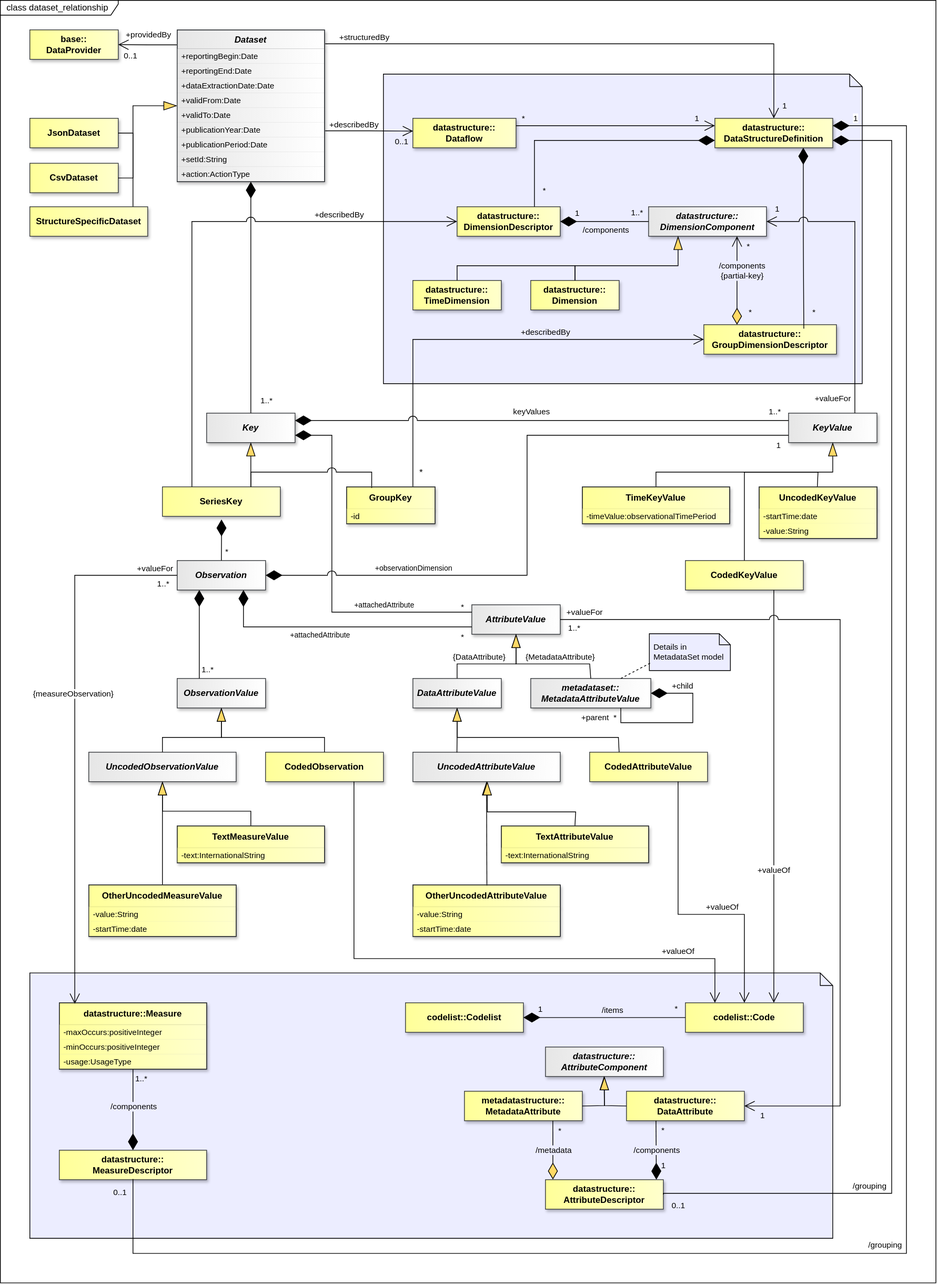
The draw.io diagram docs/information_model/media/sdmx_dataset.svg in sdmx-twg/sdmx-im, before a commit. Source tidied: cells renumbered, new cells last; positions are measured from the earlier drawing's top-left corner, leaving out a move shared by most shapes.
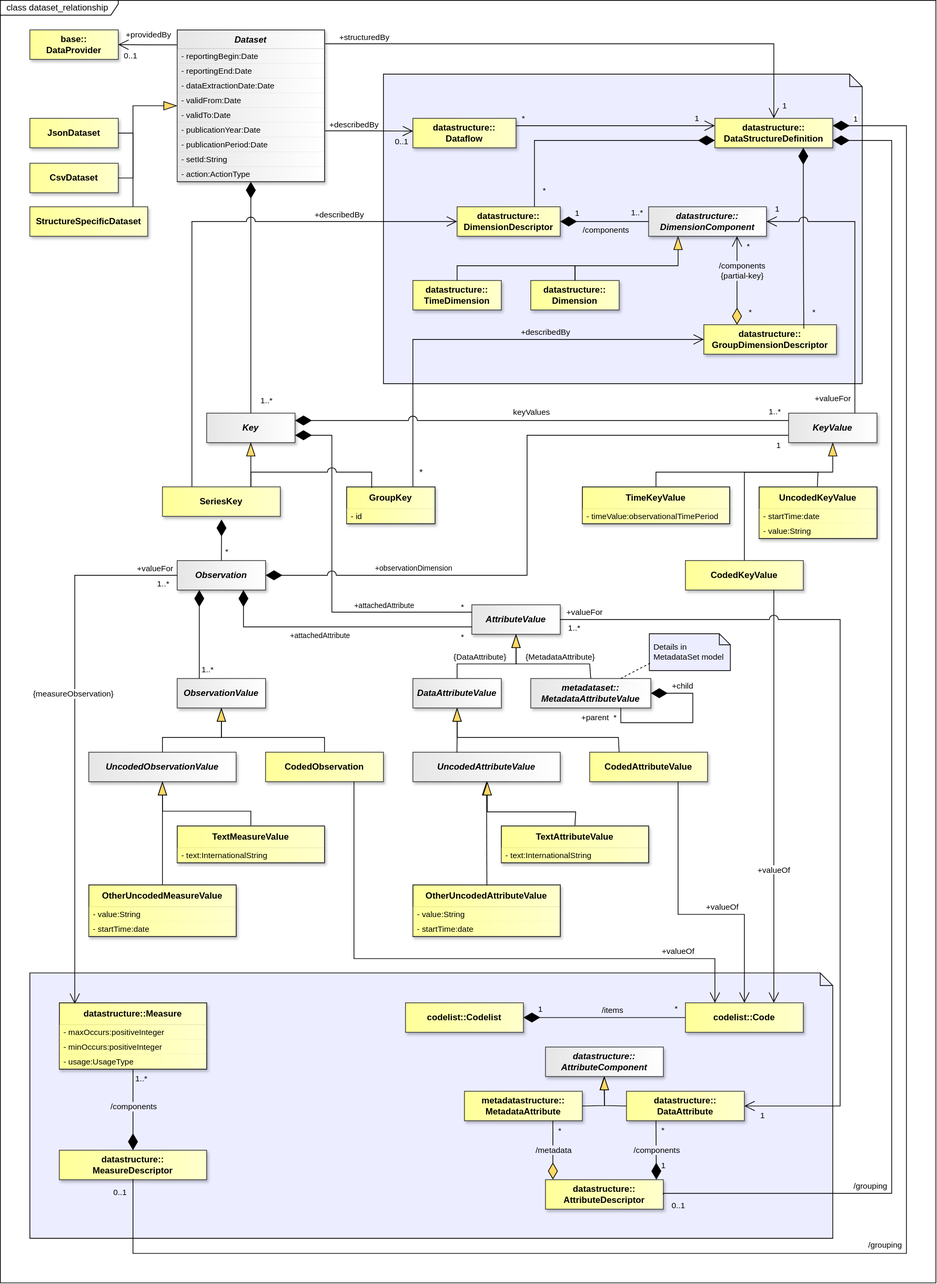
After the commit.

What changed in the source:
```diff
@@ -19,27 +19,27 @@
     </mxCell>
-    <mxCell id="7" value="+reportingBegin:Date" style="text;strokeColor=none;fillColor=light-dark(#E6E6E6,#E6E6E6);align=left;verticalAlign=middle;spacingLeft=4;spacingRight=4;overflow=hidden;whiteSpace=wrap;html=1;fontFamily=Helvetica;fontSize=11;fontColor=light-dark(#000000,#000000);fontStyle=0;gradientColor=light-dark(#FFFFFF,#FFFFFF);gradientDirection=east;shadow=1;" parent="6" vertex="1">
+    <mxCell id="7" value="- reportingBegin:Date" style="text;strokeColor=none;fillColor=light-dark(#E6E6E6,#E6E6E6);align=left;verticalAlign=middle;spacingLeft=4;spacingRight=4;overflow=hidden;whiteSpace=wrap;html=1;fontFamily=Helvetica;fontSize=11;fontColor=light-dark(#000000,#000000);fontStyle=0;gradientColor=light-dark(#FFFFFF,#FFFFFF);gradientDirection=east;shadow=1;" parent="6" vertex="1">
       <mxGeometry y="26" width="200" height="20" as="geometry" />
     </mxCell>
-    <mxCell id="8" value="+reportingEnd:Date" style="text;strokeColor=none;fillColor=light-dark(#E6E6E6,#E6E6E6);align=left;verticalAlign=middle;spacingLeft=4;spacingRight=4;overflow=hidden;whiteSpace=wrap;html=1;fontFamily=Helvetica;fontSize=11;fontColor=light-dark(#000000,#000000);fontStyle=0;gradientColor=light-dark(#FFFFFF,#FFFFFF);gradientDirection=east;shadow=1;" parent="6" vertex="1">
+    <mxCell id="8" value="- reportingEnd:Date" style="text;strokeColor=none;fillColor=light-dark(#E6E6E6,#E6E6E6);align=left;verticalAlign=middle;spacingLeft=4;spacingRight=4;overflow=hidden;whiteSpace=wrap;html=1;fontFamily=Helvetica;fontSize=11;fontColor=light-dark(#000000,#000000);fontStyle=0;gradientColor=light-dark(#FFFFFF,#FFFFFF);gradientDirection=east;shadow=1;" parent="6" vertex="1">
       <mxGeometry y="46" width="200" height="20" as="geometry" />
     </mxCell>
-    <mxCell id="9" value="+dataExtractionDate:Date" style="text;strokeColor=none;fillColor=light-dark(#E6E6E6,#E6E6E6);align=left;verticalAlign=middle;spacingLeft=4;spacingRight=4;overflow=hidden;whiteSpace=wrap;html=1;fontFamily=Helvetica;fontSize=11;fontColor=light-dark(#000000,#000000);fontStyle=0;gradientColor=light-dark(#FFFFFF,#FFFFFF);gradientDirection=east;shadow=1;" parent="6" vertex="1">
+    <mxCell id="9" value="- dataExtractionDate:Date" style="text;strokeColor=none;fillColor=light-dark(#E6E6E6,#E6E6E6);align=left;verticalAlign=middle;spacingLeft=4;spacingRight=4;overflow=hidden;whiteSpace=wrap;html=1;fontFamily=Helvetica;fontSize=11;fontColor=light-dark(#000000,#000000);fontStyle=0;gradientColor=light-dark(#FFFFFF,#FFFFFF);gradientDirection=east;shadow=1;" parent="6" vertex="1">
       <mxGeometry y="66" width="200" height="20" as="geometry" />
     </mxCell>
-    <mxCell id="10" value="+validFrom:Date" style="text;strokeColor=none;fillColor=light-dark(#E6E6E6,#E6E6E6);align=left;verticalAlign=middle;spacingLeft=4;spacingRight=4;overflow=hidden;whiteSpace=wrap;html=1;fontFamily=Helvetica;fontSize=11;fontColor=light-dark(#000000,#000000);fontStyle=0;gradientColor=light-dark(#FFFFFF,#FFFFFF);gradientDirection=east;shadow=1;" parent="6" vertex="1">
+    <mxCell id="10" value="- validFrom:Date" style="text;strokeColor=none;fillColor=light-dark(#E6E6E6,#E6E6E6);align=left;verticalAlign=middle;spacingLeft=4;spacingRight=4;overflow=hidden;whiteSpace=wrap;html=1;fontFamily=Helvetica;fontSize=11;fontColor=light-dark(#000000,#000000);fontStyle=0;gradientColor=light-dark(#FFFFFF,#FFFFFF);gradientDirection=east;shadow=1;" parent="6" vertex="1">
       <mxGeometry y="86" width="200" height="20" as="geometry" />
     </mxCell>
-    <mxCell id="11" value="+validTo:Date" style="text;strokeColor=none;fillColor=light-dark(#E6E6E6,#E6E6E6);align=left;verticalAlign=middle;spacingLeft=4;spacingRight=4;overflow=hidden;whiteSpace=wrap;html=1;fontFamily=Helvetica;fontSize=11;fontColor=light-dark(#000000,#000000);fontStyle=0;gradientColor=light-dark(#FFFFFF,#FFFFFF);gradientDirection=east;shadow=1;" parent="6" vertex="1">
+    <mxCell id="11" value="- validTo:Date" style="text;strokeColor=none;fillColor=light-dark(#E6E6E6,#E6E6E6);align=left;verticalAlign=middle;spacingLeft=4;spacingRight=4;overflow=hidden;whiteSpace=wrap;html=1;fontFamily=Helvetica;fontSize=11;fontColor=light-dark(#000000,#000000);fontStyle=0;gradientColor=light-dark(#FFFFFF,#FFFFFF);gradientDirection=east;shadow=1;" parent="6" vertex="1">
       <mxGeometry y="106" width="200" height="20" as="geometry" />
     </mxCell>
-    <mxCell id="12" value="+publicationYear:Date" style="text;strokeColor=none;fillColor=light-dark(#E6E6E6,#E6E6E6);align=left;verticalAlign=middle;spacingLeft=4;spacingRight=4;overflow=hidden;whiteSpace=wrap;html=1;fontFamily=Helvetica;fontSize=11;fontColor=light-dark(#000000,#000000);fontStyle=0;gradientColor=light-dark(#FFFFFF,#FFFFFF);gradientDirection=east;shadow=1;" parent="6" vertex="1">
+    <mxCell id="12" value="- publicationYear:Date" style="text;strokeColor=none;fillColor=light-dark(#E6E6E6,#E6E6E6);align=left;verticalAlign=middle;spacingLeft=4;spacingRight=4;overflow=hidden;whiteSpace=wrap;html=1;fontFamily=Helvetica;fontSize=11;fontColor=light-dark(#000000,#000000);fontStyle=0;gradientColor=light-dark(#FFFFFF,#FFFFFF);gradientDirection=east;shadow=1;" parent="6" vertex="1">
       <mxGeometry y="126" width="200" height="20" as="geometry" />
     </mxCell>
-    <mxCell id="13" value="+publicationPeriod:Date" style="text;strokeColor=none;fillColor=light-dark(#E6E6E6,#E6E6E6);align=left;verticalAlign=middle;spacingLeft=4;spacingRight=4;overflow=hidden;whiteSpace=wrap;html=1;fontFamily=Helvetica;fontSize=11;fontColor=light-dark(#000000,#000000);fontStyle=0;gradientColor=light-dark(#FFFFFF,#FFFFFF);gradientDirection=east;shadow=1;" parent="6" vertex="1">
+    <mxCell id="13" value="- publicationPeriod:Date" style="text;strokeColor=none;fillColor=light-dark(#E6E6E6,#E6E6E6);align=left;verticalAlign=middle;spacingLeft=4;spacingRight=4;overflow=hidden;whiteSpace=wrap;html=1;fontFamily=Helvetica;fontSize=11;fontColor=light-dark(#000000,#000000);fontStyle=0;gradientColor=light-dark(#FFFFFF,#FFFFFF);gradientDirection=east;shadow=1;" parent="6" vertex="1">
       <mxGeometry y="146" width="200" height="20" as="geometry" />
     </mxCell>
-    <mxCell id="14" value="+setId:String" style="text;strokeColor=none;fillColor=light-dark(#E6E6E6,#E6E6E6);align=left;verticalAlign=middle;spacingLeft=4;spacingRight=4;overflow=hidden;whiteSpace=wrap;html=1;fontFamily=Helvetica;fontSize=11;fontColor=light-dark(#000000,#000000);fontStyle=0;gradientColor=light-dark(#FFFFFF,#FFFFFF);gradientDirection=east;shadow=1;" parent="6" vertex="1">
+    <mxCell id="14" value="- setId:String" style="text;strokeColor=none;fillColor=light-dark(#E6E6E6,#E6E6E6);align=left;verticalAlign=middle;spacingLeft=4;spacingRight=4;overflow=hidden;whiteSpace=wrap;html=1;fontFamily=Helvetica;fontSize=11;fontColor=light-dark(#000000,#000000);fontStyle=0;gradientColor=light-dark(#FFFFFF,#FFFFFF);gradientDirection=east;shadow=1;" parent="6" vertex="1">
       <mxGeometry y="166" width="200" height="20" as="geometry" />
     </mxCell>
-    <mxCell id="15" value="+action:ActionType" style="text;strokeColor=none;fillColor=light-dark(#E6E6E6,#E6E6E6);align=left;verticalAlign=middle;spacingLeft=4;spacingRight=4;overflow=hidden;whiteSpace=wrap;html=1;fontFamily=Helvetica;fontSize=11;fontColor=light-dark(#000000,#000000);fontStyle=0;gradientColor=light-dark(#FFFFFF,#FFFFFF);gradientDirection=east;shadow=1;" parent="6" vertex="1">
+    <mxCell id="15" value="- action:ActionType" style="text;strokeColor=none;fillColor=light-dark(#E6E6E6,#E6E6E6);align=left;verticalAlign=middle;spacingLeft=4;spacingRight=4;overflow=hidden;whiteSpace=wrap;html=1;fontFamily=Helvetica;fontSize=11;fontColor=light-dark(#000000,#000000);fontStyle=0;gradientColor=light-dark(#FFFFFF,#FFFFFF);gradientDirection=east;shadow=1;" parent="6" vertex="1">
       <mxGeometry y="186" width="200" height="20" as="geometry" />
@@ -234,3 +234,3 @@
     </mxCell>
-    <mxCell id="59" value="-id" style="text;strokeColor=none;fillColor=light-dark(#FFFF99,#FFFF99);align=left;verticalAlign=middle;spacingLeft=4;spacingRight=4;overflow=hidden;whiteSpace=wrap;html=1;fontFamily=Helvetica;fontSize=11;fontColor=light-dark(#000000,#000000);gradientColor=light-dark(#FFFFCC,#FFFFCC);gradientDirection=east;shadow=1;" parent="58" vertex="1">
+    <mxCell id="59" value="- id" style="text;strokeColor=none;fillColor=light-dark(#FFFF99,#FFFF99);align=left;verticalAlign=middle;spacingLeft=4;spacingRight=4;overflow=hidden;whiteSpace=wrap;html=1;fontFamily=Helvetica;fontSize=11;fontColor=light-dark(#000000,#000000);gradientColor=light-dark(#FFFFCC,#FFFFCC);gradientDirection=east;shadow=1;" parent="58" vertex="1">
       <mxGeometry y="30" width="120" height="20" as="geometry" />
@@ -246,3 +246,3 @@
     </mxCell>
-    <mxCell id="63" value="-timeValue:observationalTimePeriod" style="text;strokeColor=none;fillColor=light-dark(#FFFF99,#FFFF99);align=left;verticalAlign=middle;spacingLeft=4;spacingRight=4;overflow=hidden;whiteSpace=wrap;html=1;fontFamily=Helvetica;fontSize=11;fontColor=light-dark(#000000,#000000);gradientColor=light-dark(#FFFFCC,#FFFFCC);gradientDirection=east;shadow=1;" parent="62" vertex="1">
+    <mxCell id="63" value="- timeValue:observationalTimePeriod" style="text;strokeColor=none;fillColor=light-dark(#FFFF99,#FFFF99);align=left;verticalAlign=middle;spacingLeft=4;spacingRight=4;overflow=hidden;whiteSpace=wrap;html=1;fontFamily=Helvetica;fontSize=11;fontColor=light-dark(#000000,#000000);gradientColor=light-dark(#FFFFCC,#FFFFCC);gradientDirection=east;shadow=1;" parent="62" vertex="1">
       <mxGeometry y="30" width="200" height="20" as="geometry" />
@@ -252,6 +252,6 @@
     </mxCell>
-    <mxCell id="65" value="-startTime:date" style="text;strokeColor=none;fillColor=light-dark(#FFFF99,#FFFF99);align=left;verticalAlign=middle;spacingLeft=4;spacingRight=4;overflow=hidden;whiteSpace=wrap;html=1;fontFamily=Helvetica;fontSize=11;fontColor=light-dark(#000000,#000000);gradientColor=light-dark(#FFFFCC,#FFFFCC);gradientDirection=east;shadow=1;" parent="64" vertex="1">
+    <mxCell id="65" value="- startTime:date" style="text;strokeColor=none;fillColor=light-dark(#FFFF99,#FFFF99);align=left;verticalAlign=middle;spacingLeft=4;spacingRight=4;overflow=hidden;whiteSpace=wrap;html=1;fontFamily=Helvetica;fontSize=11;fontColor=light-dark(#000000,#000000);gradientColor=light-dark(#FFFFCC,#FFFFCC);gradientDirection=east;shadow=1;" parent="64" vertex="1">
       <mxGeometry y="30" width="160" height="20" as="geometry" />
     </mxCell>
-    <mxCell id="66" value="-value:String" style="text;strokeColor=none;fillColor=light-dark(#FFFF99,#FFFF99);align=left;verticalAlign=middle;spacingLeft=4;spacingRight=4;overflow=hidden;whiteSpace=wrap;html=1;fontFamily=Helvetica;fontSize=11;fontColor=light-dark(#000000,#000000);gradientColor=light-dark(#FFFFCC,#FFFFCC);gradientDirection=east;shadow=1;" parent="64" vertex="1">
+    <mxCell id="66" value="- value:String" style="text;strokeColor=none;fillColor=light-dark(#FFFF99,#FFFF99);align=left;verticalAlign=middle;spacingLeft=4;spacingRight=4;overflow=hidden;whiteSpace=wrap;html=1;fontFamily=Helvetica;fontSize=11;fontColor=light-dark(#000000,#000000);gradientColor=light-dark(#FFFFCC,#FFFFCC);gradientDirection=east;shadow=1;" parent="64" vertex="1">
       <mxGeometry y="50" width="160" height="20" as="geometry" />
@@ -495,3 +495,3 @@
     </mxCell>
-    <mxCell id="113" value="-text:InternationalString" style="text;strokeColor=none;fillColor=light-dark(#FFFF99,#FFFF99);align=left;verticalAlign=middle;spacingLeft=4;spacingRight=4;overflow=hidden;whiteSpace=wrap;html=1;fontFamily=Helvetica;fontSize=11;fontColor=light-dark(#000000,#000000);gradientColor=light-dark(#FFFFCC,#FFFFCC);gradientDirection=east;shadow=1;" parent="112" vertex="1">
+    <mxCell id="113" value="- text:InternationalString" style="text;strokeColor=none;fillColor=light-dark(#FFFF99,#FFFF99);align=left;verticalAlign=middle;spacingLeft=4;spacingRight=4;overflow=hidden;whiteSpace=wrap;html=1;fontFamily=Helvetica;fontSize=11;fontColor=light-dark(#000000,#000000);gradientColor=light-dark(#FFFFCC,#FFFFCC);gradientDirection=east;shadow=1;" parent="112" vertex="1">
       <mxGeometry y="30" width="200" height="20" as="geometry" />
@@ -501,6 +501,6 @@
     </mxCell>
-    <mxCell id="115" value="-value:String" style="text;strokeColor=none;fillColor=light-dark(#FFFF99,#FFFF99);align=left;verticalAlign=middle;spacingLeft=4;spacingRight=4;overflow=hidden;whiteSpace=wrap;html=1;fontFamily=Helvetica;fontSize=11;fontColor=light-dark(#000000,#000000);gradientColor=light-dark(#FFFFCC,#FFFFCC);gradientDirection=east;shadow=1;" parent="114" vertex="1">
+    <mxCell id="115" value="- value:String" style="text;strokeColor=none;fillColor=light-dark(#FFFF99,#FFFF99);align=left;verticalAlign=middle;spacingLeft=4;spacingRight=4;overflow=hidden;whiteSpace=wrap;html=1;fontFamily=Helvetica;fontSize=11;fontColor=light-dark(#000000,#000000);gradientColor=light-dark(#FFFFCC,#FFFFCC);gradientDirection=east;shadow=1;" parent="114" vertex="1">
       <mxGeometry y="30" width="200" height="20" as="geometry" />
     </mxCell>
-    <mxCell id="116" value="-startTime:date" style="text;strokeColor=none;fillColor=light-dark(#FFFF99,#FFFF99);align=left;verticalAlign=middle;spacingLeft=4;spacingRight=4;overflow=hidden;whiteSpace=wrap;html=1;fontFamily=Helvetica;fontSize=11;fontColor=light-dark(#000000,#000000);gradientColor=light-dark(#FFFFCC,#FFFFCC);gradientDirection=east;shadow=1;" parent="114" vertex="1">
+    <mxCell id="116" value="- startTime:date" style="text;strokeColor=none;fillColor=light-dark(#FFFF99,#FFFF99);align=left;verticalAlign=middle;spacingLeft=4;spacingRight=4;overflow=hidden;whiteSpace=wrap;html=1;fontFamily=Helvetica;fontSize=11;fontColor=light-dark(#000000,#000000);gradientColor=light-dark(#FFFFCC,#FFFFCC);gradientDirection=east;shadow=1;" parent="114" vertex="1">
       <mxGeometry y="50" width="200" height="20" as="geometry" />
@@ -510,3 +510,3 @@
     </mxCell>
-    <mxCell id="118" value="-text:InternationalString" style="text;strokeColor=none;fillColor=light-dark(#FFFF99,#FFFF99);align=left;verticalAlign=middle;spacingLeft=4;spacingRight=4;overflow=hidden;whiteSpace=wrap;html=1;fontFamily=Helvetica;fontSize=11;fontColor=light-dark(#000000,#000000);gradientColor=light-dark(#FFFFCC,#FFFFCC);gradientDirection=east;shadow=1;" parent="117" vertex="1">
+    <mxCell id="118" value="- text:InternationalString" style="text;strokeColor=none;fillColor=light-dark(#FFFF99,#FFFF99);align=left;verticalAlign=middle;spacingLeft=4;spacingRight=4;overflow=hidden;whiteSpace=wrap;html=1;fontFamily=Helvetica;fontSize=11;fontColor=light-dark(#000000,#000000);gradientColor=light-dark(#FFFFCC,#FFFFCC);gradientDirection=east;shadow=1;" parent="117" vertex="1">
       <mxGeometry y="30" width="200" height="20" as="geometry" />
@@ -516,6 +516,6 @@
     </mxCell>
-    <mxCell id="120" value="-value:String" style="text;strokeColor=none;fillColor=light-dark(#FFFF99,#FFFF99);align=left;verticalAlign=middle;spacingLeft=4;spacingRight=4;overflow=hidden;whiteSpace=wrap;html=1;fontFamily=Helvetica;fontSize=11;fontColor=light-dark(#000000,#000000);gradientColor=light-dark(#FFFFCC,#FFFFCC);gradientDirection=east;shadow=1;" parent="119" vertex="1">
+    <mxCell id="120" value="- value:String" style="text;strokeColor=none;fillColor=light-dark(#FFFF99,#FFFF99);align=left;verticalAlign=middle;spacingLeft=4;spacingRight=4;overflow=hidden;whiteSpace=wrap;html=1;fontFamily=Helvetica;fontSize=11;fontColor=light-dark(#000000,#000000);gradientColor=light-dark(#FFFFCC,#FFFFCC);gradientDirection=east;shadow=1;" parent="119" vertex="1">
       <mxGeometry y="30" width="200" height="20" as="geometry" />
     </mxCell>
-    <mxCell id="121" value="-startTime:date" style="text;strokeColor=none;fillColor=light-dark(#FFFF99,#FFFF99);align=left;verticalAlign=middle;spacingLeft=4;spacingRight=4;overflow=hidden;whiteSpace=wrap;html=1;fontFamily=Helvetica;fontSize=11;fontColor=light-dark(#000000,#000000);gradientColor=light-dark(#FFFFCC,#FFFFCC);gradientDirection=east;shadow=1;" parent="119" vertex="1">
+    <mxCell id="121" value="- startTime:date" style="text;strokeColor=none;fillColor=light-dark(#FFFF99,#FFFF99);align=left;verticalAlign=middle;spacingLeft=4;spacingRight=4;overflow=hidden;whiteSpace=wrap;html=1;fontFamily=Helvetica;fontSize=11;fontColor=light-dark(#000000,#000000);gradientColor=light-dark(#FFFFCC,#FFFFCC);gradientDirection=east;shadow=1;" parent="119" vertex="1">
       <mxGeometry y="50" width="200" height="20" as="geometry" />
@@ -550,9 +550,9 @@
     </mxCell>
-    <mxCell id="127" value="-maxOccurs:positiveInteger" style="text;strokeColor=none;fillColor=light-dark(#FFFF99,#FFFF99);align=left;verticalAlign=middle;spacingLeft=4;spacingRight=4;overflow=hidden;whiteSpace=wrap;html=1;fontFamily=Helvetica;fontSize=11;fontColor=light-dark(#000000,#000000);gradientColor=light-dark(#FFFFCC,#FFFFCC);gradientDirection=east;shadow=1;" parent="126" vertex="1">
+    <mxCell id="127" value="- maxOccurs:positiveInteger" style="text;strokeColor=none;fillColor=light-dark(#FFFF99,#FFFF99);align=left;verticalAlign=middle;spacingLeft=4;spacingRight=4;overflow=hidden;whiteSpace=wrap;html=1;fontFamily=Helvetica;fontSize=11;fontColor=light-dark(#000000,#000000);gradientColor=light-dark(#FFFFCC,#FFFFCC);gradientDirection=east;shadow=1;" parent="126" vertex="1">
       <mxGeometry y="30" width="200" height="20" as="geometry" />
     </mxCell>
-    <mxCell id="128" value="-minOccurs:positiveInteger" style="text;strokeColor=none;fillColor=light-dark(#FFFF99,#FFFF99);align=left;verticalAlign=middle;spacingLeft=4;spacingRight=4;overflow=hidden;whiteSpace=wrap;html=1;fontFamily=Helvetica;fontSize=11;fontColor=light-dark(#000000,#000000);gradientColor=light-dark(#FFFFCC,#FFFFCC);gradientDirection=east;shadow=1;" parent="126" vertex="1">
+    <mxCell id="128" value="- minOccurs:positiveInteger" style="text;strokeColor=none;fillColor=light-dark(#FFFF99,#FFFF99);align=left;verticalAlign=middle;spacingLeft=4;spacingRight=4;overflow=hidden;whiteSpace=wrap;html=1;fontFamily=Helvetica;fontSize=11;fontColor=light-dark(#000000,#000000);gradientColor=light-dark(#FFFFCC,#FFFFCC);gradientDirection=east;shadow=1;" parent="126" vertex="1">
       <mxGeometry y="50" width="200" height="20" as="geometry" />
     </mxCell>
-    <mxCell id="129" value="-usage:UsageType" style="text;strokeColor=none;fillColor=light-dark(#FFFF99,#FFFF99);align=left;verticalAlign=middle;spacingLeft=4;spacingRight=4;overflow=hidden;whiteSpace=wrap;html=1;fontFamily=Helvetica;fontSize=11;fontColor=light-dark(#000000,#000000);gradientColor=light-dark(#FFFFCC,#FFFFCC);gradientDirection=east;shadow=1;" parent="126" vertex="1">
+    <mxCell id="129" value="- usage:UsageType" style="text;strokeColor=none;fillColor=light-dark(#FFFF99,#FFFF99);align=left;verticalAlign=middle;spacingLeft=4;spacingRight=4;overflow=hidden;whiteSpace=wrap;html=1;fontFamily=Helvetica;fontSize=11;fontColor=light-dark(#000000,#000000);gradientColor=light-dark(#FFFFCC,#FFFFCC);gradientDirection=east;shadow=1;" parent="126" vertex="1">
       <mxGeometry y="70" width="200" height="20" as="geometry" />
```
